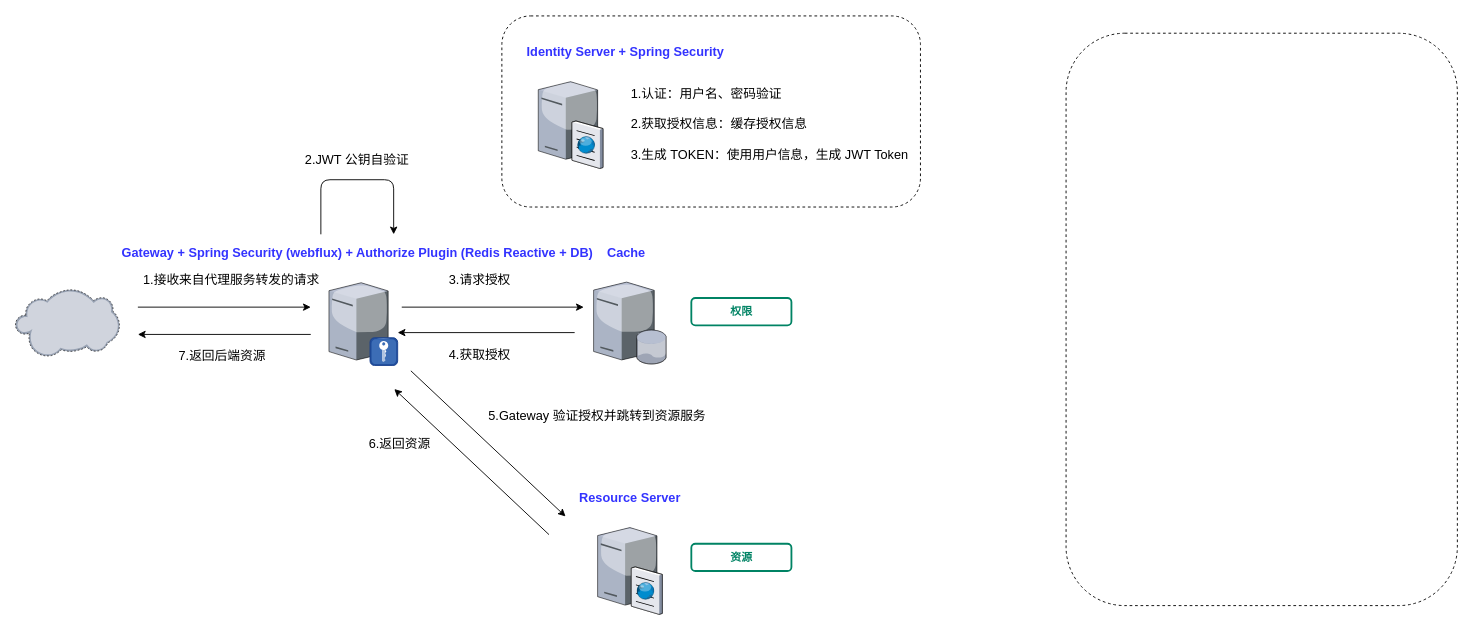
Before: page "BO Authentication + JWT" (5 of 7) of 2020-7-13-----Spring Security Report/Spring-Security.drawio in plumnx/DIALY, a draw.io diagram. Source tidied: cells renumbered, new cells numbered last; positions are measured from the earlier drawing's top-left corner, leaving out a move shared by most shapes. Both pictures are drawn from the tidied source at 91%, with x=0, y=0 at pixel (15, 15).
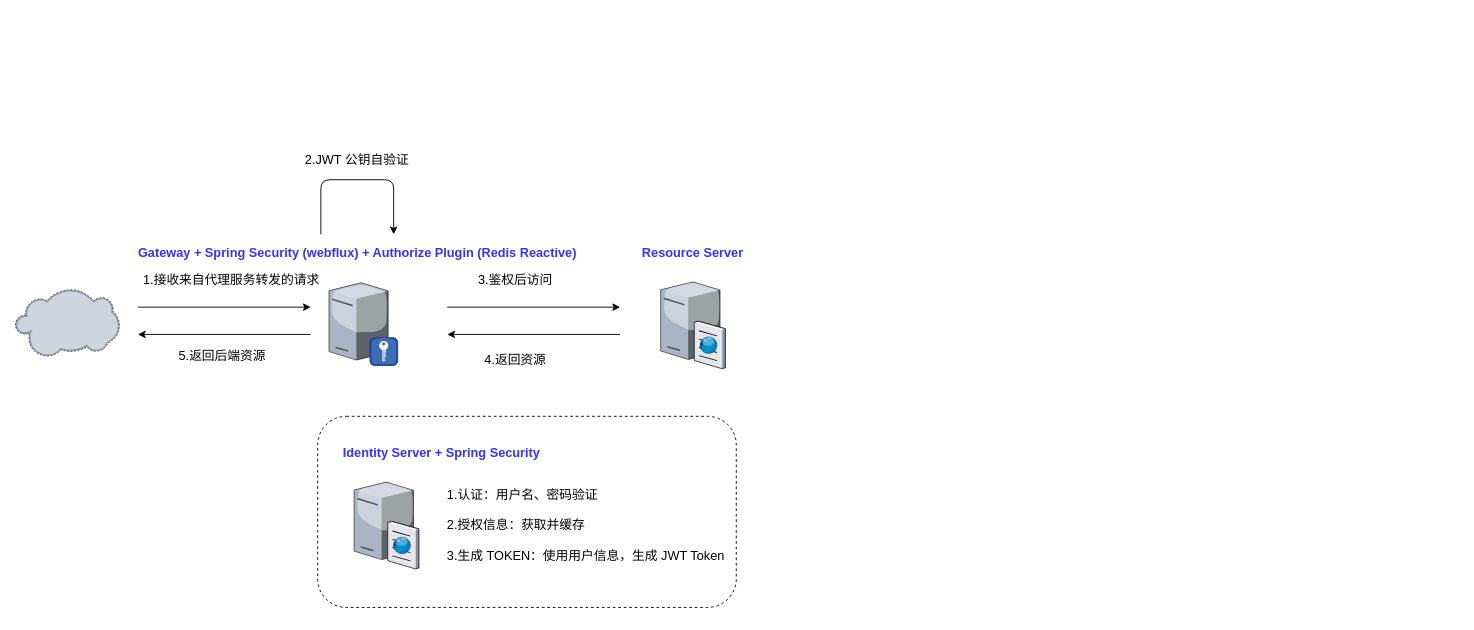
The same diagram, later.

The edit, as a diff of the source:
```diff
@@
     <mxCell id="2" style="rounded=1;whiteSpace=wrap;html=1;dashed=1;fontSize=14;" parent="1" vertex="1">
-      <mxGeometry x="535" width="460" height="210" as="geometry" />
+      <mxGeometry x="332.6" y="440" width="460" height="210" as="geometry" />
     </mxCell>
-    <mxCell id="3" style="rounded=1;whiteSpace=wrap;html=1;fontSize=14;dashed=1;" parent="1" vertex="1">
-      <mxGeometry x="1155" y="19" width="430" height="629" as="geometry" />
-    </mxCell>
-    <mxCell id="4" style="edgeStyle=none;rounded=0;orthogonalLoop=1;jettySize=auto;html=1;fontSize=14;" parent="1" edge="1">
-      <mxGeometry relative="1" as="geometry">
-        <mxPoint x="435" y="390" as="sourcePoint" />
-        <mxPoint x="605" y="550" as="targetPoint" />
-      </mxGeometry>
-    </mxCell>
@@
-    <mxCell id="7" value="&lt;b&gt;&lt;font style=&quot;font-size: 14px&quot; color=&quot;#3333ff&quot;&gt;Gateway + Spring Security (webflux) + Authorize Plugin (&lt;/font&gt;&lt;/b&gt;&lt;b&gt;&lt;font color=&quot;#3333ff&quot; style=&quot;font-size: 14px&quot;&gt;Redis Reactive + DB&lt;/font&gt;&lt;/b&gt;&lt;b&gt;&lt;font style=&quot;font-size: 14px&quot; color=&quot;#3333ff&quot;&gt;)&lt;/font&gt;&lt;/b&gt;" style="text;html=1;strokeColor=none;fillColor=none;align=center;verticalAlign=middle;whiteSpace=wrap;rounded=0;" parent="1" vertex="1">
+    <mxCell id="7" value="&lt;b&gt;&lt;font style=&quot;font-size: 14px&quot; color=&quot;#3333ff&quot;&gt;Gateway + Spring Security (webflux) + Authorize Plugin (&lt;/font&gt;&lt;/b&gt;&lt;b&gt;&lt;font color=&quot;#3333ff&quot; style=&quot;font-size: 14px&quot;&gt;Redis Reactive&lt;/font&gt;&lt;/b&gt;&lt;b&gt;&lt;font style=&quot;font-size: 14px&quot; color=&quot;#3333ff&quot;&gt;)&lt;/font&gt;&lt;/b&gt;" style="text;html=1;strokeColor=none;fillColor=none;align=center;verticalAlign=middle;whiteSpace=wrap;rounded=0;" parent="1" vertex="1">
       <mxGeometry x="50.7" y="250" width="650.8" height="20" as="geometry" />
     </mxCell>
-    <mxCell id="8" style="edgeStyle=none;rounded=0;orthogonalLoop=1;jettySize=auto;html=1;fontSize=14;" parent="1" edge="1">
-      <mxGeometry relative="1" as="geometry">
-        <mxPoint x="586.8" y="570" as="sourcePoint" />
-        <mxPoint x="416.8" y="410" as="targetPoint" />
-      </mxGeometry>
-    </mxCell>
     <mxCell id="9" style="verticalLabelPosition=top;html=1;verticalAlign=bottom;strokeColor=none;shape=mxgraph.citrix.cache_server;fillColor=#66B2FF;gradientColor=#0066CC;fontSize=14;labelPosition=center;align=center;" parent="1" vertex="1">
-      <mxGeometry x="640.2" y="560" width="71" height="97.5" as="geometry" />
+      <mxGeometry x="709.5" y="290" width="71" height="97.5" as="geometry" />
     </mxCell>
     <mxCell id="10" value="&lt;b&gt;&lt;font style=&quot;font-size: 14px&quot; color=&quot;#3333ff&quot;&gt;Resource Server&lt;/font&gt;&lt;/b&gt;" style="text;html=1;strokeColor=none;fillColor=none;align=center;verticalAlign=middle;whiteSpace=wrap;rounded=0;" parent="1" vertex="1">
-      <mxGeometry x="605.8" y="520" width="140" height="20" as="geometry" />
+      <mxGeometry x="675" y="250" width="140" height="20" as="geometry" />
     </mxCell>
@@
-    <mxCell id="12" value="权限" style="dashed=0;html=1;rounded=1;strokeColor=#008364;fontSize=12;align=center;fontStyle=1;strokeWidth=2;fontColor=#008364;" parent="1" vertex="1">
-      <mxGeometry x="743.2" y="310" width="110" height="30" as="geometry" />
-    </mxCell>
-    <mxCell id="13" value="资源" style="dashed=0;html=1;rounded=1;strokeColor=#008364;fontSize=12;align=center;fontStyle=1;strokeWidth=2;fontColor=#008364;" parent="1" vertex="1">
-      <mxGeometry x="743.2" y="580" width="110" height="30" as="geometry" />
-    </mxCell>
@@
-    <mxCell id="15" value="5.Gateway 验证授权并跳转到资源服务" style="text;html=1;strokeColor=none;fillColor=none;align=center;verticalAlign=middle;whiteSpace=wrap;rounded=0;fontSize=14;" parent="1" vertex="1">
-      <mxGeometry x="515" y="430" width="250" height="20" as="geometry" />
-    </mxCell>
-    <mxCell id="16" value="6.返回资源" style="text;html=1;strokeColor=none;fillColor=none;align=center;verticalAlign=middle;whiteSpace=wrap;rounded=0;fontSize=14;" parent="1" vertex="1">
-      <mxGeometry x="362.8" y="460" width="120" height="20" as="geometry" />
-    </mxCell>
-    <mxCell id="17" value="7.返回后端资源" style="text;html=1;strokeColor=none;fillColor=none;align=center;verticalAlign=middle;whiteSpace=wrap;rounded=0;fontSize=14;" parent="1" vertex="1">
+    <mxCell id="17" value="5.返回后端资源" style="text;html=1;strokeColor=none;fillColor=none;align=center;verticalAlign=middle;whiteSpace=wrap;rounded=0;fontSize=14;" parent="1" vertex="1">
       <mxGeometry x="168.1" y="364.2" width="120" height="20" as="geometry" />
     </mxCell>
@@
-    <mxCell id="19" style="verticalLabelPosition=bottom;html=1;verticalAlign=top;strokeColor=none;align=center;shape=mxgraph.citrix.database_server;fontSize=14;" parent="1" vertex="1">
-      <mxGeometry x="635.8" y="292.5" width="80" height="90" as="geometry" />
-    </mxCell>
-    <mxCell id="20" value="&lt;b&gt;&lt;font style=&quot;font-size: 14px&quot; color=&quot;#3333ff&quot;&gt;Cache&lt;/font&gt;&lt;/b&gt;" style="text;html=1;strokeColor=none;fillColor=none;align=center;verticalAlign=middle;whiteSpace=wrap;rounded=0;" parent="1" vertex="1">
-      <mxGeometry x="586.8" y="250" width="169.5" height="20" as="geometry" />
-    </mxCell>
@@
-    <mxCell id="23" style="edgeStyle=none;rounded=0;orthogonalLoop=1;jettySize=auto;html=1;fontSize=14;" parent="1" edge="1">
-      <mxGeometry relative="1" as="geometry">
-        <mxPoint x="615" y="348" as="sourcePoint" />
-        <mxPoint x="420.5" y="348" as="targetPoint" />
-      </mxGeometry>
-    </mxCell>
-    <mxCell id="24" style="edgeStyle=none;rounded=0;orthogonalLoop=1;jettySize=auto;html=1;fontSize=14;" parent="1" edge="1">
-      <mxGeometry relative="1" as="geometry">
-        <mxPoint x="425" y="320" as="sourcePoint" />
-        <mxPoint x="625" y="320" as="targetPoint" />
-      </mxGeometry>
-    </mxCell>
     <mxCell id="25" style="verticalLabelPosition=top;html=1;verticalAlign=bottom;strokeColor=none;shape=mxgraph.citrix.cache_server;fillColor=#66B2FF;gradientColor=#0066CC;fontSize=14;labelPosition=center;align=center;" parent="1" vertex="1">
-      <mxGeometry x="575" y="70" width="71" height="97.5" as="geometry" />
+      <mxGeometry x="372.6" y="510" width="71" height="97.5" as="geometry" />
     </mxCell>
     <mxCell id="26" value="&lt;b&gt;&lt;font style=&quot;font-size: 14px&quot; color=&quot;#3333ff&quot;&gt;Identity Server + Spring Security&lt;/font&gt;&lt;/b&gt;" style="text;html=1;strokeColor=none;fillColor=none;align=center;verticalAlign=middle;whiteSpace=wrap;rounded=0;" parent="1" vertex="1">
-      <mxGeometry x="550.4" y="30" width="242.2" height="20" as="geometry" />
+      <mxGeometry x="348" y="470" width="242.2" height="20" as="geometry" />
     </mxCell>
@@
-    <mxCell id="28" value="3.请求授权" style="text;html=1;strokeColor=none;fillColor=none;align=center;verticalAlign=middle;whiteSpace=wrap;rounded=0;fontSize=14;" parent="1" vertex="1">
-      <mxGeometry x="385.8" y="280" width="250" height="20" as="geometry" />
+    <mxCell id="28" value="3.鉴权后访问" style="text;html=1;strokeColor=none;fillColor=none;align=center;verticalAlign=middle;whiteSpace=wrap;rounded=0;fontSize=14;" parent="1" vertex="1">
+      <mxGeometry x="425" y="280" width="250" height="20" as="geometry" />
     </mxCell>
-    <mxCell id="29" value="4.获取授权" style="text;html=1;strokeColor=none;fillColor=none;align=center;verticalAlign=middle;whiteSpace=wrap;rounded=0;fontSize=14;" parent="1" vertex="1">
-      <mxGeometry x="385.8" y="362.5" width="250" height="20" as="geometry" />
+    <mxCell id="29" value="4.返回资源" style="text;html=1;strokeColor=none;fillColor=none;align=center;verticalAlign=middle;whiteSpace=wrap;rounded=0;fontSize=14;" parent="1" vertex="1">
+      <mxGeometry x="425" y="367.5" width="250" height="20" as="geometry" />
     </mxCell>
-    <mxCell id="30" value="1.认证：用户名、密码验证&lt;br&gt;&lt;br&gt;2.获取授权信息：缓存授权信息&lt;br&gt;&lt;br&gt;3.生成 TOKEN：使用用户信息，生成 JWT Token" style="text;html=1;strokeColor=none;fillColor=none;align=left;verticalAlign=middle;whiteSpace=wrap;rounded=0;dashed=1;fontSize=14;" parent="1" vertex="1">
-      <mxGeometry x="675" y="108.8" width="342.4" height="20" as="geometry" />
+    <mxCell id="30" value="1.认证：用户名、密码验证&lt;br&gt;&lt;br&gt;2.授权信息：获取并缓存&lt;br&gt;&lt;br&gt;3.生成 TOKEN：使用用户信息，生成 JWT Token" style="text;html=1;strokeColor=none;fillColor=none;align=left;verticalAlign=middle;whiteSpace=wrap;rounded=0;dashed=1;fontSize=14;" parent="1" vertex="1">
+      <mxGeometry x="472.6" y="548.8" width="342.4" height="20" as="geometry" />
     </mxCell>
+    <mxCell id="31" style="edgeStyle=none;rounded=0;orthogonalLoop=1;jettySize=auto;html=1;fontSize=14;" parent="1" edge="1">
+      <mxGeometry relative="1" as="geometry">
+        <mxPoint x="665" y="350" as="sourcePoint" />
+        <mxPoint x="475" y="350" as="targetPoint" />
+      </mxGeometry>
+    </mxCell>
+    <mxCell id="32" style="edgeStyle=none;rounded=0;orthogonalLoop=1;jettySize=auto;html=1;fontSize=14;" parent="1" edge="1">
+      <mxGeometry relative="1" as="geometry">
+        <mxPoint x="475" y="320" as="sourcePoint" />
+        <mxPoint x="665" y="320" as="targetPoint" />
+      </mxGeometry>
+    </mxCell>
```
